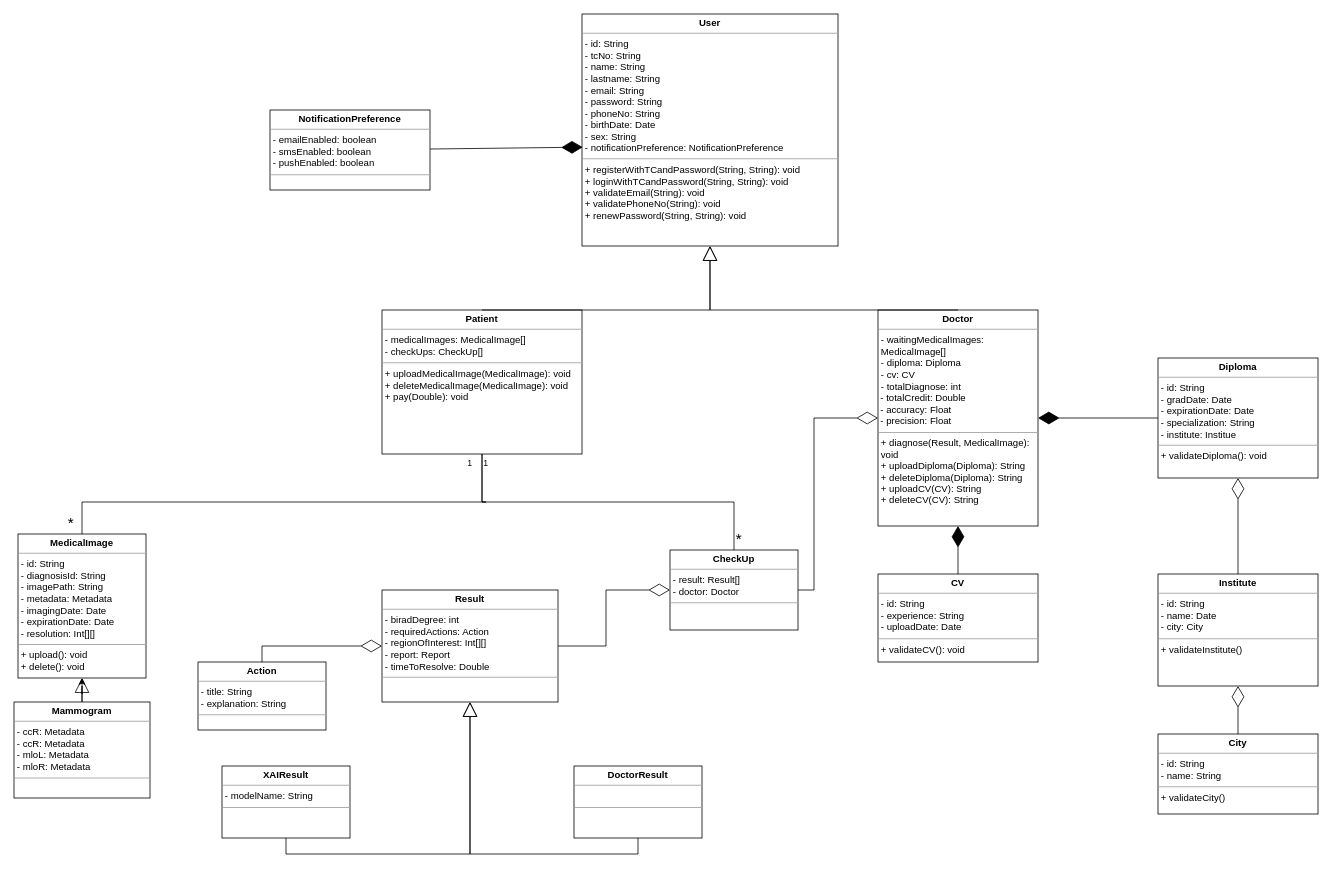
This is Class Diagram.drawio from MediXAI/Diagrams, a draw.io file, before an edit. Source tidied: cells renumbered, new cells numbered last; positions are measured from the earlier drawing's top-left corner, leaving out a move shared by most shapes. Both pictures are drawn from the tidied source at 80%, with x=0, y=0 at pixel (14, 14).
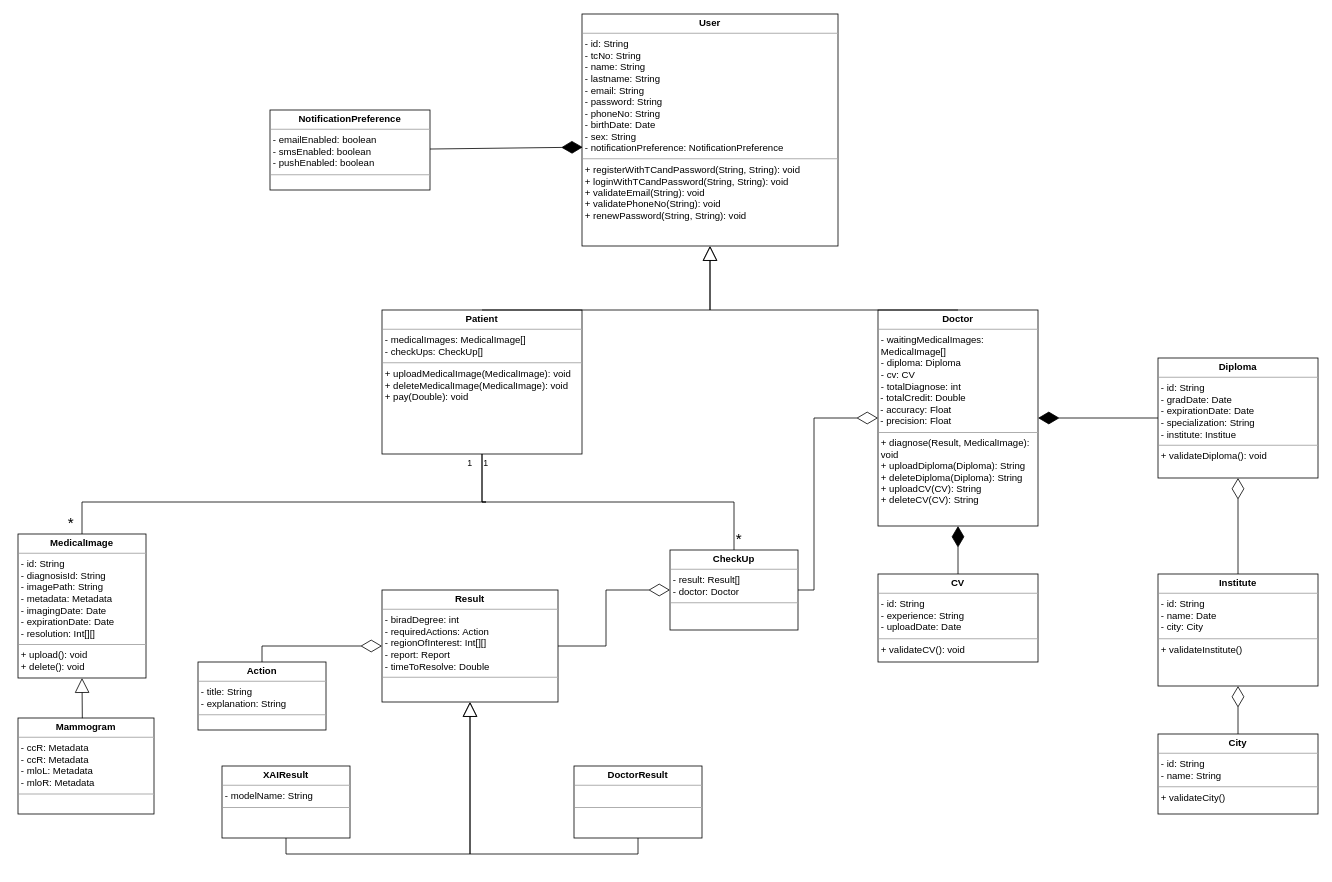
After the change.

The change refers to these unchanged cells:
```xml
<mxCell id="8" value="&lt;p style=&quot;margin:0px;margin-top:4px;text-align:center;&quot;&gt;&lt;b&gt;MedicalImage&lt;/b&gt;&lt;/p&gt;&lt;hr size=&quot;1&quot;&gt;&lt;p style=&quot;margin:0px;margin-left:4px;&quot;&gt;- id: String&lt;/p&gt;&lt;p style=&quot;margin:0px;margin-left:4px;&quot;&gt;- diagnosisId: String&lt;/p&gt;&lt;p style=&quot;margin:0px;margin-left:4px;&quot;&gt;- imagePath: String&lt;/p&gt;&lt;p style=&quot;margin:0px;margin-left:4px;&quot;&gt;- metadata: Metadata&lt;/p&gt;&lt;p style=&quot;margin:0px;margin-left:4px;&quot;&gt;- imagingDate: Date&lt;/p&gt;&lt;p style=&quot;margin:0px;margin-left:4px;&quot;&gt;- expirationDate: Date&lt;/p&gt;&lt;p style=&quot;margin:0px;margin-left:4px;&quot;&gt;- resolution: Int[][]&lt;/p&gt;&lt;hr size=&quot;1&quot;&gt;&lt;p style=&quot;margin:0px;margin-left:4px;&quot;&gt;+ upload(): void&lt;/p&gt;&lt;p style=&quot;margin:0px;margin-left:4px;&quot;&gt;+ delete(): void&lt;/p&gt;" style="verticalAlign=top;align=left;overflow=fill;fontSize=12;fontFamily=Helvetica;html=1;whiteSpace=wrap;labelBackgroundColor=none;rounded=0;" parent="1" vertex="1">
  <mxGeometry x="5" y="650" width="160" height="180" as="geometry" />
</mxCell>
```

Diff of the diagram source:
```diff
@@
-    <mxCell id="21" style="edgeStyle=orthogonalEdgeStyle;rounded=0;jettySize=auto;html=1;labelBackgroundColor=none;fontColor=default;" parent="1" edge="1" source="22" target="8">
-      <mxGeometry relative="1" as="geometry" />
-    </mxCell>
     <mxCell id="22" value="&lt;p style=&quot;margin:0px;margin-top:4px;text-align:center;&quot;&gt;&lt;b&gt;Mammogram&lt;/b&gt;&lt;/p&gt;&lt;hr size=&quot;1&quot;&gt;&lt;p style=&quot;margin:0px;margin-left:4px;&quot;&gt;- ccR: Metadata&lt;/p&gt;&lt;p style=&quot;margin:0px;margin-left:4px;&quot;&gt;- ccR: Metadata&lt;/p&gt;&lt;p style=&quot;margin:0px;margin-left:4px;&quot;&gt;- mloL: Metadata&lt;/p&gt;&lt;p style=&quot;margin:0px;margin-left:4px;&quot;&gt;- mloR: Metadata&lt;/p&gt;&lt;hr size=&quot;1&quot;&gt;&lt;p style=&quot;margin:0px;margin-left:4px;&quot;&gt;&lt;br&gt;&lt;/p&gt;" style="verticalAlign=top;align=left;overflow=fill;fontSize=12;fontFamily=Helvetica;html=1;whiteSpace=wrap;labelBackgroundColor=none;rounded=0;" parent="1" vertex="1">
-      <mxGeometry y="860" width="170" height="120" as="geometry" />
+      <mxGeometry x="5" y="880" width="170" height="120" as="geometry" />
     </mxCell>
@@
-    <mxCell id="27" style="endArrow=block;endSize=16;endFill=0;html=1;rounded=0;exitX=0.5;exitY=0;exitDx=0;exitDy=0;entryX=0.5;entryY=1;entryDx=0;entryDy=0;labelBackgroundColor=none;fontColor=default;" parent="1" edge="1" source="22" target="8">
-      <mxGeometry x="0.12" y="-70" relative="1" as="geometry">
-        <mxPoint x="-1" as="offset" />
-      </mxGeometry>
-    </mxCell>
@@
+    <mxCell id="37" style="endArrow=block;endSize=16;endFill=0;html=1;rounded=0;exitX=0.473;exitY=0.002;exitDx=0;exitDy=0;entryX=0.5;entryY=1;entryDx=0;entryDy=0;exitPerimeter=0;" parent="1" edge="1" source="22" target="8">
+      <mxGeometry x="-0.21" y="-55" relative="1" as="geometry" />
+    </mxCell>
```
